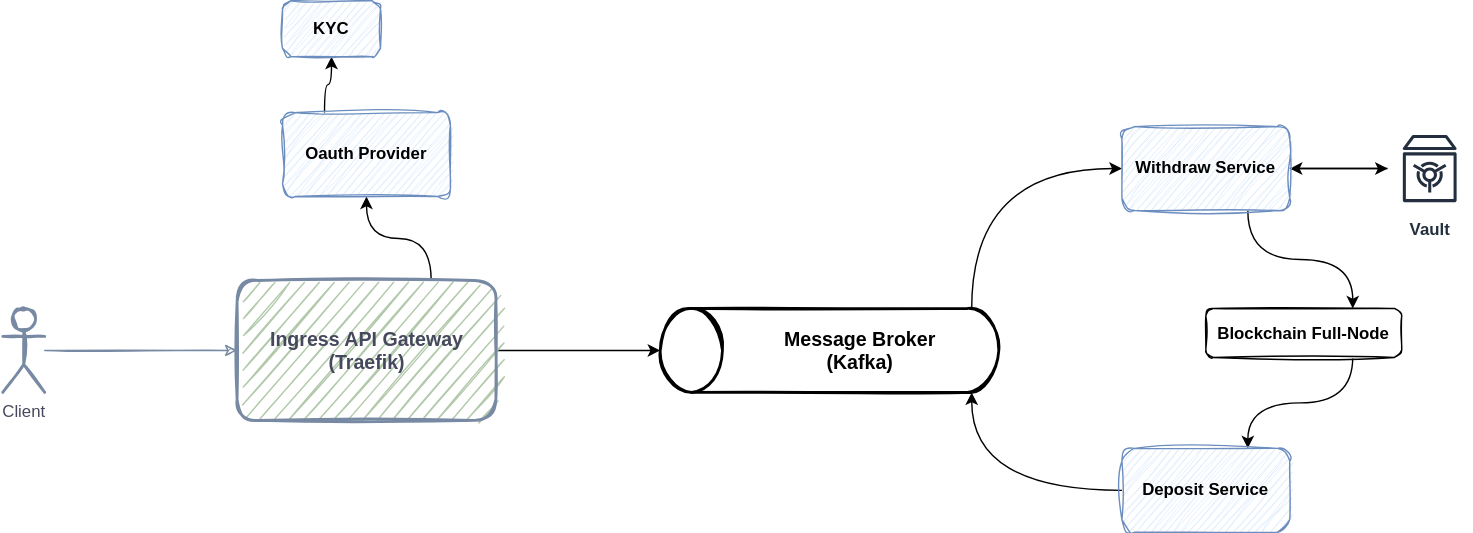
This is microservices.drawio.svg from vahidzafari/microservice-design, a draw.io export, as it was before one commit. Source tidied: cells renumbered, new cells last; positions are measured from the earlier drawing's top-left corner, leaving out a move shared by most shapes.
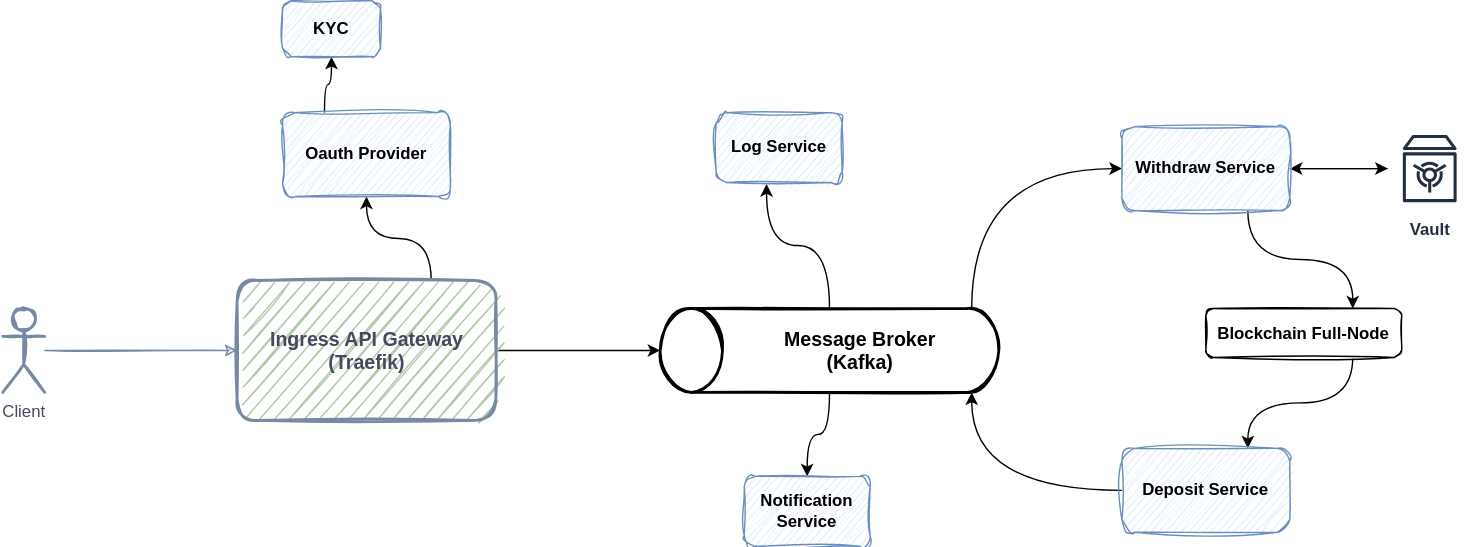
After the commit.

Change to the diagram source:
```diff
@@ -20,6 +20,12 @@
     <mxCell id="7" style="edgeStyle=orthogonalEdgeStyle;rounded=0;jettySize=auto;html=1;exitX=0.08;exitY=1;exitDx=0;exitDy=0;exitPerimeter=0;entryX=0;entryY=0.5;entryDx=0;entryDy=0;curved=1;" parent="1" edge="1" source="8" target="14">
       <mxGeometry relative="1" as="geometry" />
     </mxCell>
+    <mxCell id="22" style="edgeStyle=orthogonalEdgeStyle;curved=1;jettySize=auto;html=1;exitX=0.5;exitY=1;exitDx=0;exitDy=0;exitPerimeter=0;entryX=0.4;entryY=1.02;entryDx=0;entryDy=0;entryPerimeter=0;" parent="1" edge="1" source="8" target="24">
+      <mxGeometry relative="1" as="geometry" />
+    </mxCell>
+    <mxCell id="23" style="edgeStyle=orthogonalEdgeStyle;curved=1;jettySize=auto;html=1;exitX=0.5;exitY=0;exitDx=0;exitDy=0;exitPerimeter=0;" parent="1" edge="1" source="8" target="25">
+      <mxGeometry relative="1" as="geometry" />
+    </mxCell>
     <mxCell id="8" style="strokeWidth=2;html=1;shape=mxgraph.flowchart.direct_data;whiteSpace=wrap;sketch=1;fontSize=14;rotation=-180;" parent="1" vertex="1">
       <mxGeometry x="470" y="220" width="242" height="60" as="geometry" />
     </mxCell>
@@ -62,5 +68,11 @@
     <mxCell id="21" value="KYC" style="rounded=1;whiteSpace=wrap;html=1;sketch=1;curveFitting=1;jiggle=2;fillColor=#dae8fc;strokeColor=#6c8ebf;fontStyle=1;" parent="1" vertex="1">
       <mxGeometry x="200" width="70" height="40" as="geometry" />
     </mxCell>
+    <mxCell id="24" value="Log Service" style="rounded=1;whiteSpace=wrap;html=1;sketch=1;curveFitting=1;jiggle=2;fillColor=#dae8fc;strokeColor=#6c8ebf;fontStyle=1;" parent="1" vertex="1">
+      <mxGeometry x="510" y="80" width="90" height="50" as="geometry" />
+    </mxCell>
+    <mxCell id="25" value="Notification Service" style="rounded=1;whiteSpace=wrap;html=1;sketch=1;curveFitting=1;jiggle=2;fillColor=#dae8fc;strokeColor=#6c8ebf;fontStyle=1;" parent="1" vertex="1">
+      <mxGeometry x="530" y="340" width="90" height="50" as="geometry" />
+    </mxCell>
   </root>
 </mxGraphModel>
```
